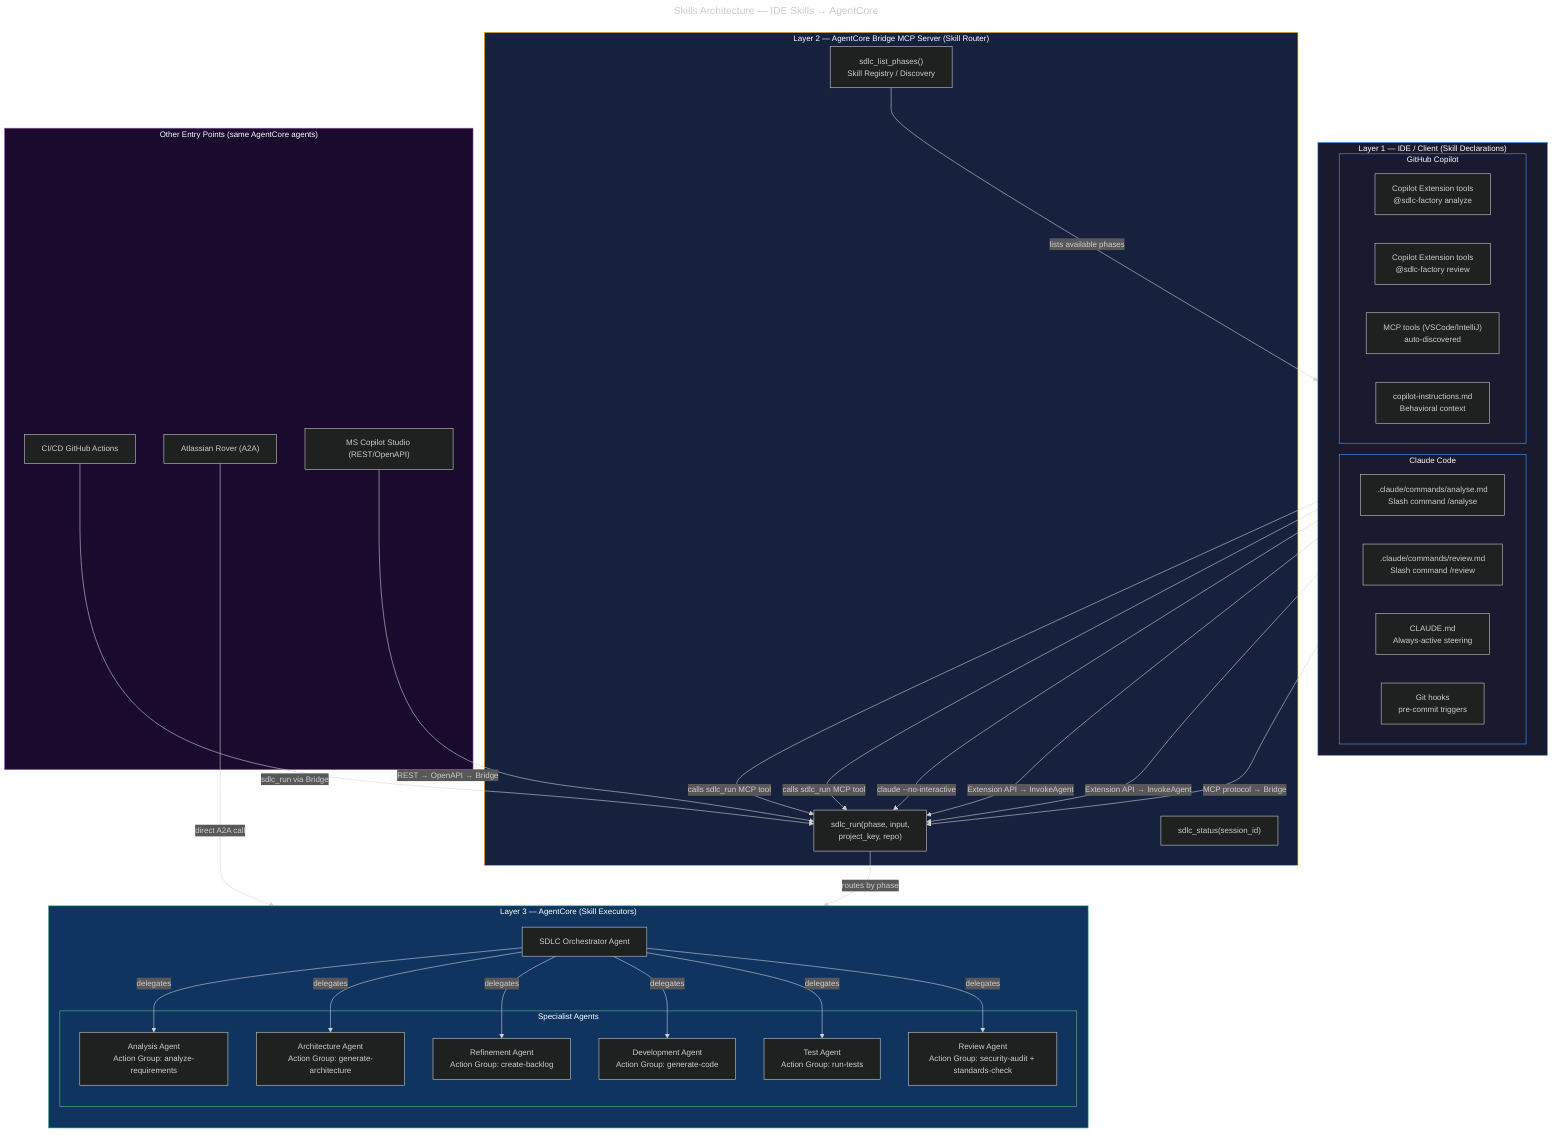
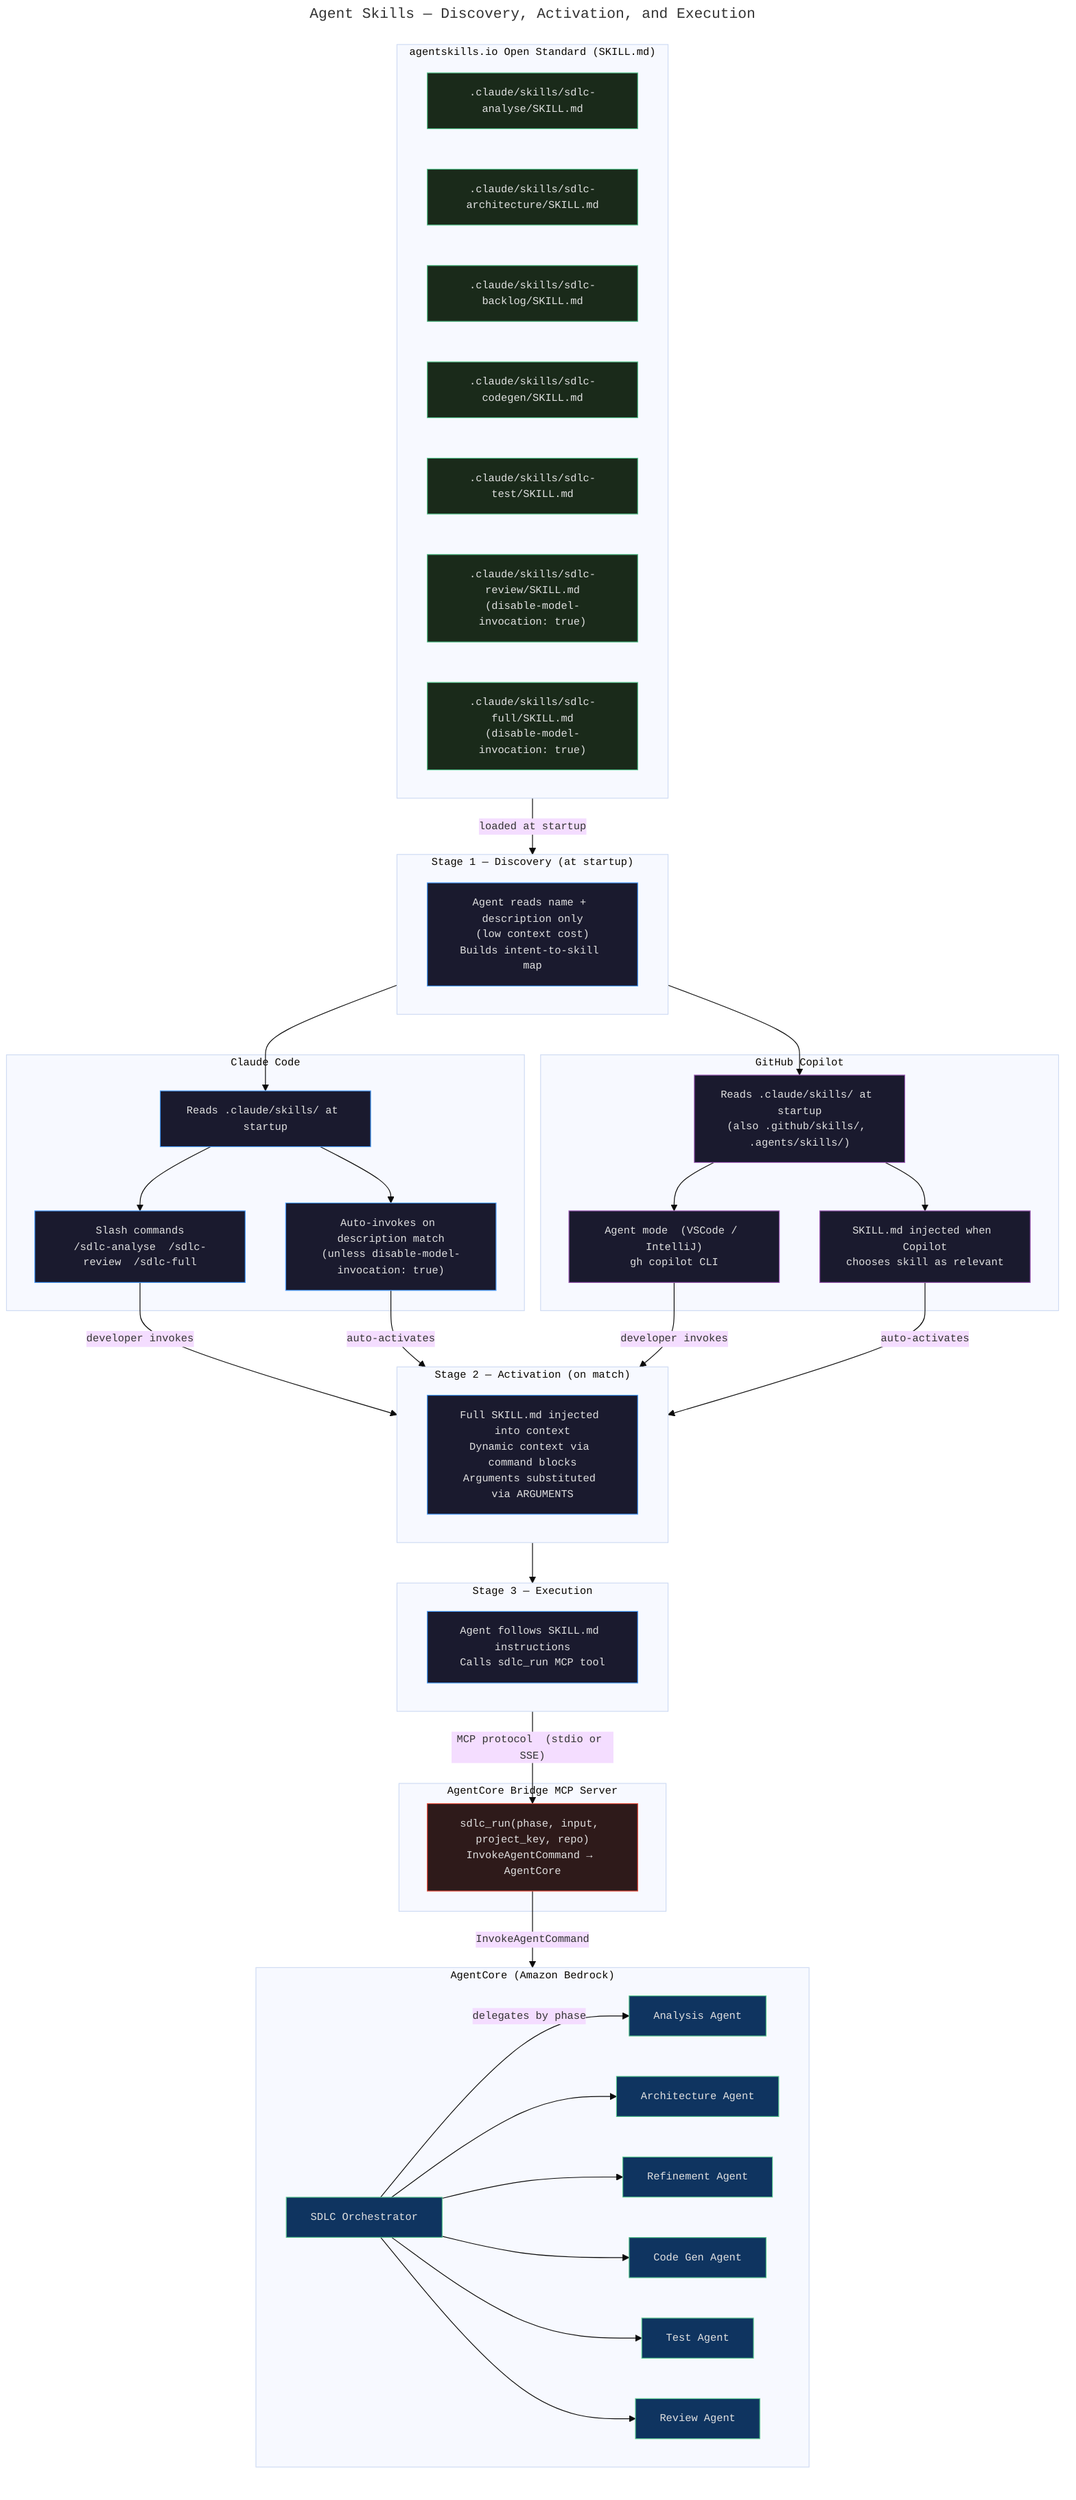
---
- title: "Skills Architecture — IDE Skills → AgentCore"
+ title: "Agent Skills — Discovery, Activation, and Execution"
---
- %%{init: {'theme': 'dark', 'themeVariables': {'fontSize': '14px'}}}%%
- flowchart TD
-     subgraph IDE["Layer 1 — IDE / Client (Skill Declarations)"]
+ %%{init: {'theme': 'base', 'themeVariables': {'fontSize': '13px', 'fontFamily': 'monospace'}}}%%
+ graph TD
+     subgraph SKILLS["agentskills.io Open Standard  (SKILL.md)"]
        direction LR
-         subgraph CC["Claude Code"]
-             CC1[".claude/commands/analyse.md<br/>Slash command /analyse"]
-             CC2[".claude/commands/review.md<br/>Slash command /review"]
-             CC3["CLAUDE.md<br/>Always-active steering"]
-             CC4["Git hooks<br/>pre-commit triggers"]
-         end
-         subgraph CP["GitHub Copilot"]
-             CP1["Copilot Extension tools<br/>@sdlc-factory analyze"]
-             CP2["Copilot Extension tools<br/>@sdlc-factory review"]
-             CP3["MCP tools (VSCode/IntelliJ)<br/>auto-discovered"]
-             CP4["copilot-instructions.md<br/>Behavioral context"]
-         end
+         SK1[".claude/skills/sdlc-analyse/SKILL.md"]
+         SK2[".claude/skills/sdlc-architecture/SKILL.md"]
+         SK3[".claude/skills/sdlc-backlog/SKILL.md"]
+         SK4[".claude/skills/sdlc-codegen/SKILL.md"]
+         SK5[".claude/skills/sdlc-test/SKILL.md"]
+         SK6[".claude/skills/sdlc-review/SKILL.md\n(disable-model-invocation: true)"]
+         SK7[".claude/skills/sdlc-full/SKILL.md\n(disable-model-invocation: true)"]
    end

-     subgraph BRIDGE["Layer 2 — AgentCore Bridge MCP Server (Skill Router)"]
-         B1["sdlc_run(phase, input,<br/>project_key, repo)"]
-         B2["sdlc_status(session_id)"]
-         B3["sdlc_list_phases()<br/>Skill Registry / Discovery"]
+     subgraph DISC["Stage 1 — Discovery  (at startup)"]
+         D1["Agent reads name + description only\n(low context cost)\nBuilds intent-to-skill map"]
    end

-     subgraph AGENTCORE["Layer 3 — AgentCore (Skill Executors)"]
-         direction TB
-         ORC["SDLC Orchestrator Agent"]
-         subgraph AGENTS["Specialist Agents"]
-             A1["Analysis Agent<br/>Action Group: analyze-requirements"]
-             A2["Architecture Agent<br/>Action Group: generate-architecture"]
-             A3["Refinement Agent<br/>Action Group: create-backlog"]
-             A4["Development Agent<br/>Action Group: generate-code"]
-             A5["Test Agent<br/>Action Group: run-tests"]
-             A6["Review Agent<br/>Action Group: security-audit + standards-check"]
-         end
+     subgraph CC["Claude Code"]
+         CC1["Reads .claude/skills/ at startup"]
+         CC2["Slash commands\n/sdlc-analyse  /sdlc-review  /sdlc-full"]
+         CC3["Auto-invokes on description match\n(unless disable-model-invocation: true)"]
    end

-     subgraph EXTERNAL["Other Entry Points (same AgentCore agents)"]
-         E1["CI/CD GitHub Actions"]
-         E2["Atlassian Rover (A2A)"]
-         E3["MS Copilot Studio (REST/OpenAPI)"]
+     subgraph CP["GitHub Copilot"]
+         CP1["Reads .claude/skills/ at startup\n(also .github/skills/, .agents/skills/)"]
+         CP2["Agent mode  (VSCode / IntelliJ)\ngh copilot CLI"]
+         CP3["SKILL.md injected when Copilot\nchooses skill as relevant"]
    end

-     CC1 -->|"calls sdlc_run MCP tool"| B1
-     CC2 -->|"calls sdlc_run MCP tool"| B1
-     CC4 -->|"claude --no-interactive"| B1
-     CP1 -->|"Extension API → InvokeAgent"| B1
-     CP2 -->|"Extension API → InvokeAgent"| B1
-     CP3 -->|"MCP protocol → Bridge"| B1
+     subgraph ACT["Stage 2 — Activation  (on match)"]
+         A1["Full SKILL.md injected into context\nDynamic context via command blocks\nArguments substituted via ARGUMENTS"]
+     end

-     B1 -->|"routes by phase"| ORC
-     B3 -->|"lists available phases"| IDE
-     ORC -->|"delegates"| A1
-     ORC -->|"delegates"| A2
-     ORC -->|"delegates"| A3
-     ORC -->|"delegates"| A4
-     ORC -->|"delegates"| A5
-     ORC -->|"delegates"| A6
+     subgraph EXEC["Stage 3 — Execution"]
+         E1["Agent follows SKILL.md instructions\nCalls sdlc_run MCP tool"]
+     end

-     E1 -->|"sdlc_run via Bridge"| B1
-     E2 -->|"direct A2A call"| ORC
-     E3 -->|"REST → OpenAPI → Bridge"| B1
+     subgraph BRIDGE["AgentCore Bridge MCP Server"]
+         B1["sdlc_run(phase, input, project_key, repo)\nInvokeAgentCommand → AgentCore"]
+     end

-     style IDE fill:#1a1a2e,stroke:#4a9eff
-     style BRIDGE fill:#16213e,stroke:#f0a500
-     style AGENTCORE fill:#0f3460,stroke:#53c28b
-     style EXTERNAL fill:#1a0a2e,stroke:#9b59b6
-     style CC fill:#1a1a2e,stroke:#4a9eff
-     style CP fill:#1a1a2e,stroke:#4a9eff
-     style AGENTS fill:#0f3460,stroke:#53c28b
+     subgraph AGENTCORE["AgentCore  (Amazon Bedrock)"]
+         direction LR
+         ORC["SDLC Orchestrator"]
+         AG1["Analysis Agent"]
+         AG2["Architecture Agent"]
+         AG3["Refinement Agent"]
+         AG4["Code Gen Agent"]
+         AG5["Test Agent"]
+         AG6["Review Agent"]
+     end
+ 
+     SKILLS -- "loaded at startup" --> DISC
+     DISC --> CC1
+     DISC --> CP1
+     CC1 --> CC2
+     CC1 --> CC3
+     CP1 --> CP2
+     CP1 --> CP3
+     CC2 -- "developer invokes" --> ACT
+     CC3 -- "auto-activates" --> ACT
+     CP2 -- "developer invokes" --> ACT
+     CP3 -- "auto-activates" --> ACT
+     ACT --> EXEC
+     EXEC -- "MCP protocol  (stdio or SSE)" --> B1
+     B1 -- "InvokeAgentCommand" --> ORC
+     ORC -- "delegates by phase" --> AG1
+     ORC --> AG2
+     ORC --> AG3
+     ORC --> AG4
+     ORC --> AG5
+     ORC --> AG6
+ 
+     classDef skills   fill:#1a2a1a,color:#e0e0e0,stroke:#53c28b,stroke-width:1px
+     classDef stage    fill:#1a1a2e,color:#e0e0e0,stroke:#4a9eff,stroke-width:1px
+     classDef cc       fill:#1a1a2e,color:#e0e0e0,stroke:#4a9eff,stroke-width:1px
+     classDef cp       fill:#1a1a2e,color:#e0e0e0,stroke:#9b59b6,stroke-width:1px
+     classDef bridge   fill:#2e1a1a,color:#e0e0e0,stroke:#e74c3c,stroke-width:1px
+     classDef core     fill:#0f3460,color:#e0e0e0,stroke:#53c28b,stroke-width:1px
+ 
+     class SK1,SK2,SK3,SK4,SK5,SK6,SK7 skills
+     class D1,A1,E1 stage
+     class CC1,CC2,CC3 cc
+     class CP1,CP2,CP3 cp
+     class B1 bridge
+     class ORC,AG1,AG2,AG3,AG4,AG5,AG6 core
